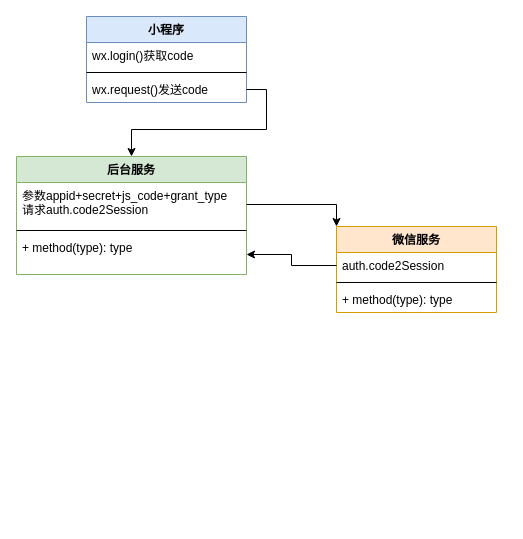
Above: main/Untitled Diagram.drawio in myflvv/draw.io (draw.io), before the change. Source tidied: cells renumbered, new cells numbered last; positions are measured from the earlier drawing's top-left corner, leaving out a move shared by most shapes. Both pictures are drawn from the tidied source at 100%, with x=0, y=0 at pixel (16, 16).
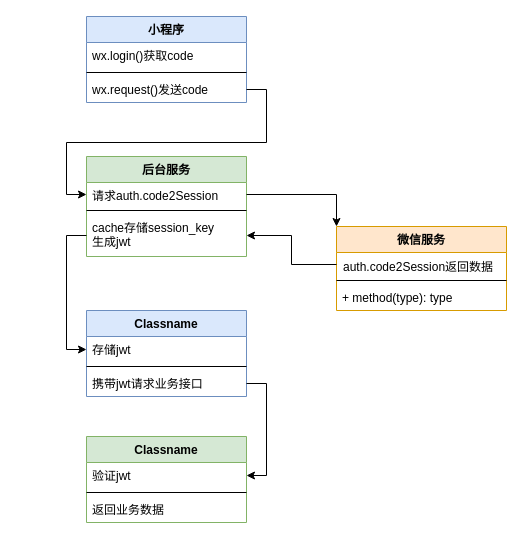
The same page after the edit.

Unchanged cells that the change refers to:
```xml
<mxCell id="5" value="wx.request()发送code" style="text;strokeColor=none;fillColor=none;align=left;verticalAlign=top;spacingLeft=4;spacingRight=4;overflow=hidden;points=[[0,0.5],[1,0.5]];portConstraint=eastwest;" parent="2" vertex="1">
  <mxGeometry y="60" width="160" height="26" as="geometry" />
</mxCell>
```

The edit, as a diff of the source:
```diff
@@
-    <mxCell id="6" style="edgeStyle=orthogonalEdgeStyle;rounded=0;jettySize=auto;html=1;exitX=1;exitY=0.5;exitDx=0;exitDy=0;entryX=0.5;entryY=0;entryDx=0;entryDy=0;" parent="1" edge="1" source="5" target="7">
+    <mxCell id="6" style="edgeStyle=orthogonalEdgeStyle;rounded=0;jettySize=auto;html=1;exitX=1;exitY=0.5;exitDx=0;exitDy=0;entryX=0;entryY=0.5;entryDx=0;entryDy=0;" parent="1" edge="1" source="5" target="8">
       <mxGeometry relative="1" as="geometry" />
     </mxCell>
     <mxCell id="7" value="后台服务" style="swimlane;fontStyle=1;align=center;verticalAlign=top;horizontal=1;startSize=26;fillColor=#d5e8d4;strokeColor=#82b366;" parent="1" vertex="1">
-      <mxGeometry y="140" width="230" height="118" as="geometry" />
+      <mxGeometry x="70" y="140" width="160" height="100" as="geometry" />
     </mxCell>
-    <mxCell id="8" value="参数appid+secret+js_code+grant_type&#10;请求auth.code2Session" style="text;strokeColor=none;fillColor=none;align=left;verticalAlign=top;spacingLeft=4;spacingRight=4;overflow=hidden;points=[[0,0.5],[1,0.5]];portConstraint=eastwest;" parent="7" vertex="1">
-      <mxGeometry y="26" width="230" height="44" as="geometry" />
+    <mxCell id="8" value="请求auth.code2Session" style="text;strokeColor=none;fillColor=none;align=left;verticalAlign=top;spacingLeft=4;spacingRight=4;overflow=hidden;points=[[0,0.5],[1,0.5]];portConstraint=eastwest;" parent="7" vertex="1">
+      <mxGeometry y="26" width="160" height="24" as="geometry" />
     </mxCell>
     <mxCell id="9" style="line;strokeWidth=1;fillColor=none;align=left;verticalAlign=middle;spacingTop=-1;spacingLeft=3;spacingRight=3;labelPosition=right;" parent="7" vertex="1">
-      <mxGeometry y="70" width="230" height="8" as="geometry" />
+      <mxGeometry y="50" width="160" height="8" as="geometry" />
     </mxCell>
-    <mxCell id="10" value="+ method(type): type" style="text;strokeColor=none;fillColor=none;align=left;verticalAlign=top;spacingLeft=4;spacingRight=4;overflow=hidden;points=[[0,0.5],[1,0.5]];portConstraint=eastwest;" parent="7" vertex="1">
-      <mxGeometry y="78" width="230" height="40" as="geometry" />
+    <mxCell id="10" value="cache存储session_key&#10;生成jwt" style="text;strokeColor=none;fillColor=none;align=left;verticalAlign=top;spacingLeft=4;spacingRight=4;overflow=hidden;points=[[0,0.5],[1,0.5]];portConstraint=eastwest;" parent="7" vertex="1">
+      <mxGeometry y="58" width="160" height="42" as="geometry" />
     </mxCell>
@@
     <mxCell id="12" value="微信服务" style="swimlane;fontStyle=1;align=center;verticalAlign=top;horizontal=1;startSize=26;fillColor=#ffe6cc;strokeColor=#d79b00;" parent="1" vertex="1">
-      <mxGeometry x="320" y="210" width="160" height="86" as="geometry" />
+      <mxGeometry x="320" y="210" width="170" height="84" as="geometry" />
     </mxCell>
-    <mxCell id="13" value="auth.code2Session" style="text;strokeColor=none;fillColor=none;align=left;verticalAlign=top;spacingLeft=4;spacingRight=4;overflow=hidden;points=[[0,0.5],[1,0.5]];portConstraint=eastwest;" parent="12" vertex="1">
-      <mxGeometry y="26" width="160" height="26" as="geometry" />
+    <mxCell id="13" value="auth.code2Session返回数据" style="text;strokeColor=none;fillColor=none;align=left;verticalAlign=top;spacingLeft=4;spacingRight=4;overflow=hidden;points=[[0,0.5],[1,0.5]];portConstraint=eastwest;fontSize=12;spacing=3;rounded=0;glass=0;shadow=0;sketch=0;" parent="12" vertex="1">
+      <mxGeometry y="26" width="170" height="24" as="geometry" />
     </mxCell>
     <mxCell id="14" style="line;strokeWidth=1;fillColor=none;align=left;verticalAlign=middle;spacingTop=-1;spacingLeft=3;spacingRight=3;labelPosition=right;" parent="12" vertex="1">
-      <mxGeometry y="52" width="160" height="8" as="geometry" />
+      <mxGeometry y="50" width="170" height="8" as="geometry" />
     </mxCell>
     <mxCell id="15" value="+ method(type): type" style="text;strokeColor=none;fillColor=none;align=left;verticalAlign=top;spacingLeft=4;spacingRight=4;overflow=hidden;" parent="12" vertex="1">
-      <mxGeometry y="60" width="160" height="26" as="geometry" />
+      <mxGeometry y="58" width="170" height="26" as="geometry" />
     </mxCell>
@@
+    <mxCell id="17" value="Classname" style="swimlane;fontStyle=1;align=center;verticalAlign=top;horizontal=1;startSize=26;rounded=0;shadow=0;glass=0;sketch=0;fontSize=12;strokeColor=#6c8ebf;fillColor=#dae8fc;html=0;" parent="1" vertex="1">
+      <mxGeometry x="70" y="294" width="160" height="86" as="geometry" />
+    </mxCell>
+    <mxCell id="18" value="存储jwt" style="text;strokeColor=none;fillColor=none;align=left;verticalAlign=top;spacingLeft=4;spacingRight=4;overflow=hidden;points=[[0,0.5],[1,0.5]];portConstraint=eastwest;" parent="17" vertex="1">
+      <mxGeometry y="26" width="160" height="26" as="geometry" />
+    </mxCell>
+    <mxCell id="19" style="line;strokeWidth=1;fillColor=none;align=left;verticalAlign=middle;spacingTop=-1;spacingLeft=3;spacingRight=3;labelPosition=right;" parent="17" vertex="1">
+      <mxGeometry y="52" width="160" height="8" as="geometry" />
+    </mxCell>
+    <mxCell id="20" value="携带jwt请求业务接口" style="text;strokeColor=none;fillColor=none;align=left;verticalAlign=top;spacingLeft=4;spacingRight=4;overflow=hidden;points=[[0,0.5],[1,0.5]];portConstraint=eastwest;" parent="17" vertex="1">
+      <mxGeometry y="60" width="160" height="26" as="geometry" />
+    </mxCell>
+    <mxCell id="21" style="edgeStyle=orthogonalEdgeStyle;rounded=0;jettySize=auto;html=1;exitX=0;exitY=0.5;exitDx=0;exitDy=0;entryX=0;entryY=0.5;entryDx=0;entryDy=0;fontSize=12;startSize=26;" parent="1" edge="1" source="10" target="18">
+      <mxGeometry relative="1" as="geometry" />
+    </mxCell>
+    <mxCell id="22" value="Classname" style="swimlane;fontStyle=1;align=center;verticalAlign=top;horizontal=1;startSize=26;rounded=0;shadow=0;glass=0;sketch=0;fontSize=12;strokeColor=#82b366;fillColor=#d5e8d4;html=0;" parent="1" vertex="1">
+      <mxGeometry x="70" y="420" width="160" height="86" as="geometry" />
+    </mxCell>
+    <mxCell id="23" value="验证jwt" style="text;strokeColor=none;fillColor=none;align=left;verticalAlign=top;spacingLeft=4;spacingRight=4;overflow=hidden;points=[[0,0.5],[1,0.5]];portConstraint=eastwest;" parent="22" vertex="1">
+      <mxGeometry y="26" width="160" height="26" as="geometry" />
+    </mxCell>
+    <mxCell id="24" style="line;strokeWidth=1;fillColor=none;align=left;verticalAlign=middle;spacingTop=-1;spacingLeft=3;spacingRight=3;labelPosition=right;" parent="22" vertex="1">
+      <mxGeometry y="52" width="160" height="8" as="geometry" />
+    </mxCell>
+    <mxCell id="25" value="返回业务数据" style="text;strokeColor=none;fillColor=none;align=left;verticalAlign=top;spacingLeft=4;spacingRight=4;overflow=hidden;" parent="22" vertex="1">
+      <mxGeometry y="60" width="160" height="26" as="geometry" />
+    </mxCell>
+    <mxCell id="26" style="edgeStyle=orthogonalEdgeStyle;rounded=0;jettySize=auto;html=1;exitX=1;exitY=0.5;exitDx=0;exitDy=0;entryX=1;entryY=0.5;entryDx=0;entryDy=0;fontSize=12;startSize=26;" parent="1" edge="1" source="20" target="23">
+      <mxGeometry relative="1" as="geometry" />
+    </mxCell>
```
